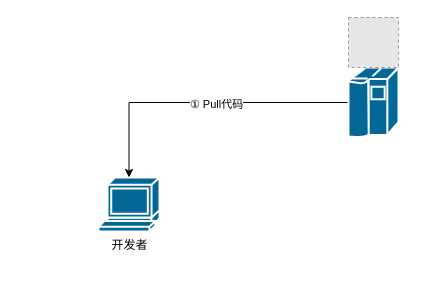
Earlier version of the draw.io diagram CodeCommitFlow.drawio (qxcjust/allkindsofArchitecture). Source tidied: cells renumbered, new cells numbered last; positions are measured from the earlier drawing's top-left corner, leaving out a move shared by most shapes. Both pictures are drawn from the tidied source at 100%, with x=0, y=0 at pixel (98, 17). Pictures stored in the file or linked from it are replaced by grey dashed boxes.
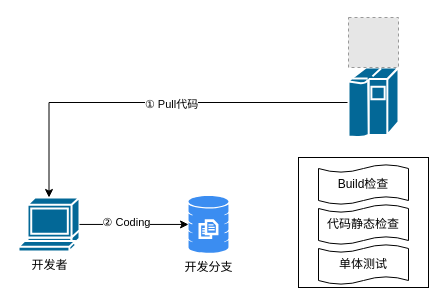
Above is the later version.

What changed in the source:
```diff
@@
 <mxGraphModel>
   <root>
     <mxCell id="0" />
     <mxCell id="1" parent="0" />
+    <mxCell id="7" style="whiteSpace=wrap;html=1;" parent="1" vertex="1">
+      <mxGeometry x="200" y="140" width="130" height="130" as="geometry" />
+    </mxCell>
     <mxCell id="2" value="开发者" style="sketch=0;html=1;dashed=0;fillColor=#036897;strokeColor=#ffffff;strokeWidth=2;verticalLabelPosition=bottom;verticalAlign=top;align=center;outlineConnect=0;shape=mxgraph.cisco.computers_and_peripherals.terminal;" parent="1" vertex="1">
-      <mxGeometry y="160" width="61" height="54" as="geometry" />
+      <mxGeometry x="-80" y="180" width="61" height="54" as="geometry" />
     </mxCell>
     <mxCell id="3" style="edgeStyle=orthogonalEdgeStyle;rounded=0;jettySize=auto;html=1;exitX=0;exitY=0.5;exitDx=0;exitDy=0;exitPerimeter=0;" parent="1" edge="1" source="5" target="2">
       <mxGeometry relative="1" as="geometry" />
     </mxCell>
     <mxCell id="4" value="① Pull代码" style="edgeLabel;html=1;align=center;verticalAlign=middle;" parent="3" vertex="1">
       <mxGeometry x="-0.1" y="1" relative="1" as="geometry" />
     </mxCell>
     <mxCell id="5" style="sketch=0;html=1;dashed=0;fillColor=#036897;strokeColor=#ffffff;strokeWidth=2;verticalLabelPosition=bottom;verticalAlign=top;align=center;outlineConnect=0;shape=mxgraph.cisco.computers_and_peripherals.ibm_mainframe;" parent="1" vertex="1">
       <mxGeometry x="250" y="50" width="50" height="70" as="geometry" />
     </mxCell>
     <mxCell id="6" style="fillColor=#E6E6E6;strokeColor=#999999;dashed=1;html=1;verticalAlign=top;verticalLabelPosition=bottom;labelBackgroundColor=#ffffff;" parent="1" vertex="1">
       <mxGeometry x="250" width="50" height="50" as="geometry" />
     </mxCell>
+    <mxCell id="8" value="开发分支" style="sketch=0;html=1;strokeColor=none;shadow=0;fillColor=#3B8DF1;verticalAlign=top;labelPosition=center;verticalLabelPosition=bottom;shape=mxgraph.gcp2.database_3;" parent="1" vertex="1">
+      <mxGeometry x="90" y="178.4" width="40" height="57.1" as="geometry" />
+    </mxCell>
+    <mxCell id="9" style="edgeStyle=orthogonalEdgeStyle;rounded=0;jettySize=auto;html=1;entryX=0;entryY=0.5;entryDx=0;entryDy=0;entryPerimeter=0;" parent="1" edge="1" source="2" target="8">
+      <mxGeometry relative="1" as="geometry" />
+    </mxCell>
+    <mxCell id="10" value="② Coding" style="edgeLabel;html=1;align=center;verticalAlign=middle;" parent="9" vertex="1">
+      <mxGeometry x="-0.16" y="2" relative="1" as="geometry" />
+    </mxCell>
+    <mxCell id="11" value="Build检查" style="shape=tape;whiteSpace=wrap;html=1;size=0.2;" parent="1" vertex="1">
+      <mxGeometry x="220" y="147" width="90" height="40" as="geometry" />
+    </mxCell>
+    <mxCell id="12" value="代码静态检查" style="shape=tape;whiteSpace=wrap;html=1;size=0.2;" parent="1" vertex="1">
+      <mxGeometry x="220" y="187" width="90" height="40" as="geometry" />
+    </mxCell>
+    <mxCell id="13" value="单体测试" style="shape=tape;whiteSpace=wrap;html=1;size=0.2;" parent="1" vertex="1">
+      <mxGeometry x="220" y="227" width="90" height="40" as="geometry" />
+    </mxCell>
   </root>
 </mxGraphModel>
```
